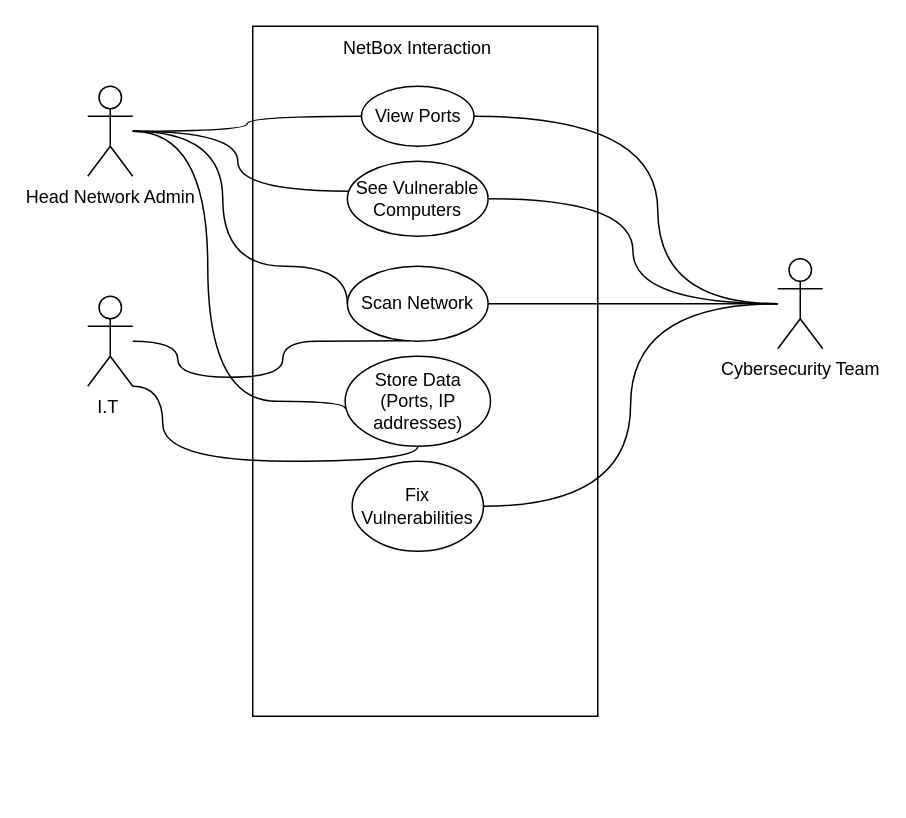
Before: UseCaseDiagram.drawio in illusion173/NetBox, a draw.io diagram. Source tidied: cells renumbered, new cells numbered last; positions are measured from the earlier drawing's top-left corner, leaving out a move shared by most shapes. Both pictures are drawn from the tidied source at 150%, with x=0, y=0 at pixel (87, 26).
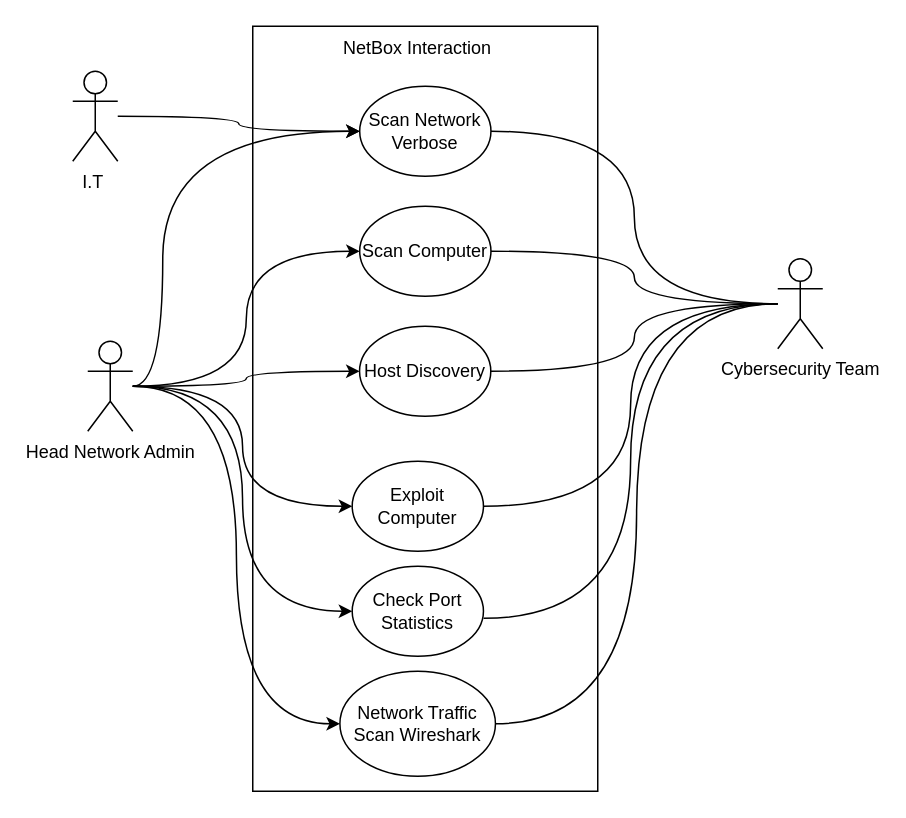
The same diagram, later.

Unchanged cells that the change refers to:
```xml
<mxCell id="20" value="Cybersecurity Team" style="shape=umlActor;verticalLabelPosition=bottom;verticalAlign=top;html=1;outlineConnect=0;" parent="1" vertex="1">
  <mxGeometry x="460" y="155" width="30" height="60" as="geometry" />
</mxCell>
```

Diff of the diagram source:
```diff
@@
-    <mxCell id="2" value="Head Network Admin" style="shape=umlActor;verticalLabelPosition=bottom;verticalAlign=top;html=1;outlineConnect=0;" parent="1" vertex="1">
-      <mxGeometry y="40" width="30" height="60" as="geometry" />
+    <mxCell id="2" value="Head Network Admin" style="shape=umlActor;verticalLabelPosition=bottom;verticalAlign=top;html=1;outlineConnect=0;strokeColor=default;" parent="1" vertex="1">
+      <mxGeometry y="210" width="30" height="60" as="geometry" />
     </mxCell>
+    <mxCell id="4" style="rounded=0;whiteSpace=wrap;html=1;" parent="1" vertex="1">
+      <mxGeometry x="110" width="230" height="510" as="geometry" />
+    </mxCell>
     <mxCell id="3" value="I.T&amp;nbsp;" style="shape=umlActor;verticalLabelPosition=bottom;verticalAlign=top;html=1;outlineConnect=0;" parent="1" vertex="1">
-      <mxGeometry y="180" width="30" height="60" as="geometry" />
+      <mxGeometry x="-10" y="30" width="30" height="60" as="geometry" />
     </mxCell>
-    <mxCell id="4" style="rounded=0;whiteSpace=wrap;html=1;" parent="1" vertex="1">
-      <mxGeometry x="110" width="230" height="460" as="geometry" />
-    </mxCell>
@@
-    <mxCell id="6" value="View Ports" style="ellipse;whiteSpace=wrap;html=1;" parent="1" vertex="1">
-      <mxGeometry x="182.5" y="40" width="75" height="40" as="geometry" />
-    </mxCell>
-    <mxCell id="7" value="See Vulnerable Computers" style="ellipse;whiteSpace=wrap;html=1;" parent="1" vertex="1">
-      <mxGeometry x="173.1" y="90" width="93.8" height="50" as="geometry" />
-    </mxCell>
-    <mxCell id="8" value="Scan Network" style="ellipse;whiteSpace=wrap;html=1;" parent="1" vertex="1">
-      <mxGeometry x="173.1" y="160" width="93.8" height="50" as="geometry" />
-    </mxCell>
-    <mxCell id="9" value="Store Data&lt;br&gt;(Ports, IP addresses)" style="ellipse;whiteSpace=wrap;html=1;" parent="1" vertex="1">
-      <mxGeometry x="171.6" y="220" width="96.9" height="60" as="geometry" />
-    </mxCell>
-    <mxCell id="10" style="edgeStyle=orthogonalEdgeStyle;jettySize=auto;html=1;endArrow=none;endFill=0;curved=1;" parent="1" edge="1" source="2" target="6">
-      <mxGeometry relative="1" as="geometry" />
-    </mxCell>
-    <mxCell id="11" style="edgeStyle=orthogonalEdgeStyle;jettySize=auto;html=1;endArrow=none;endFill=0;curved=1;" parent="1" edge="1" source="2" target="7">
-      <mxGeometry relative="1" as="geometry">
-        <Array as="points">
-          <mxPoint x="100" y="70" />
-          <mxPoint x="100" y="110" />
-        </Array>
-      </mxGeometry>
-    </mxCell>
-    <mxCell id="12" style="edgeStyle=orthogonalEdgeStyle;jettySize=auto;html=1;entryX=0;entryY=0.5;entryDx=0;entryDy=0;endArrow=none;endFill=0;curved=1;" parent="1" edge="1" source="2" target="8">
-      <mxGeometry relative="1" as="geometry">
-        <Array as="points">
-          <mxPoint x="90" y="70" />
-          <mxPoint x="90" y="160" />
-          <mxPoint x="173" y="160" />
-        </Array>
-      </mxGeometry>
-    </mxCell>
-    <mxCell id="13" style="edgeStyle=orthogonalEdgeStyle;jettySize=auto;html=1;entryX=0;entryY=0.581;entryDx=0;entryDy=0;entryPerimeter=0;endArrow=none;endFill=0;curved=1;" parent="1" edge="1" source="2" target="9">
-      <mxGeometry relative="1" as="geometry">
-        <Array as="points">
-          <mxPoint x="80" y="70" />
-          <mxPoint x="80" y="250" />
-          <mxPoint x="172" y="250" />
-        </Array>
-      </mxGeometry>
-    </mxCell>
-    <mxCell id="14" style="edgeStyle=orthogonalEdgeStyle;jettySize=auto;html=1;entryX=0.441;entryY=0.994;entryDx=0;entryDy=0;entryPerimeter=0;endArrow=none;endFill=0;curved=1;" parent="1" edge="1" source="3" target="8">
-      <mxGeometry relative="1" as="geometry">
-        <Array as="points">
-          <mxPoint x="60" y="210" />
-          <mxPoint x="60" y="234" />
-          <mxPoint x="130" y="234" />
-          <mxPoint x="130" y="210" />
-          <mxPoint x="175" y="210" />
-        </Array>
-      </mxGeometry>
-    </mxCell>
-    <mxCell id="15" style="edgeStyle=orthogonalEdgeStyle;jettySize=auto;html=1;endArrow=none;endFill=0;entryX=0.5;entryY=1;entryDx=0;entryDy=0;curved=1;exitX=1;exitY=1;exitDx=0;exitDy=0;exitPerimeter=0;" parent="1" edge="1" source="3" target="9">
-      <mxGeometry relative="1" as="geometry">
-        <Array as="points">
-          <mxPoint x="50" y="240" />
-          <mxPoint x="50" y="290" />
-          <mxPoint x="220" y="290" />
-        </Array>
-      </mxGeometry>
-    </mxCell>
-    <mxCell id="16" style="edgeStyle=orthogonalEdgeStyle;curved=1;jettySize=auto;html=1;entryX=1;entryY=0.5;entryDx=0;entryDy=0;endArrow=none;endFill=0;" parent="1" edge="1" source="20" target="21">
-      <mxGeometry relative="1" as="geometry" />
-    </mxCell>
-    <mxCell id="17" style="edgeStyle=orthogonalEdgeStyle;curved=1;jettySize=auto;html=1;entryX=1;entryY=0.5;entryDx=0;entryDy=0;endArrow=none;endFill=0;" parent="1" edge="1" source="20" target="7">
-      <mxGeometry relative="1" as="geometry" />
-    </mxCell>
-    <mxCell id="18" style="edgeStyle=orthogonalEdgeStyle;curved=1;jettySize=auto;html=1;entryX=1;entryY=0.5;entryDx=0;entryDy=0;endArrow=none;endFill=0;" parent="1" edge="1" source="20" target="8">
-      <mxGeometry relative="1" as="geometry" />
-    </mxCell>
-    <mxCell id="19" style="edgeStyle=orthogonalEdgeStyle;curved=1;jettySize=auto;html=1;entryX=1;entryY=0.5;entryDx=0;entryDy=0;endArrow=none;endFill=0;" parent="1" edge="1" source="20" target="6">
-      <mxGeometry relative="1" as="geometry">
-        <Array as="points">
-          <mxPoint x="380" y="185" />
-          <mxPoint x="380" y="60" />
-        </Array>
-      </mxGeometry>
-    </mxCell>
+    <mxCell id="22" style="edgeStyle=orthogonalEdgeStyle;curved=1;rounded=0;jettySize=auto;html=1;entryX=1;entryY=0.5;entryDx=0;entryDy=0;endArrow=none;endFill=0;" parent="1" edge="1" source="20" target="28">
+      <mxGeometry relative="1" as="geometry" />
+    </mxCell>
+    <mxCell id="23" style="edgeStyle=orthogonalEdgeStyle;curved=1;rounded=0;jettySize=auto;html=1;endArrow=none;endFill=0;" parent="1" edge="1" source="20" target="30">
+      <mxGeometry relative="1" as="geometry" />
+    </mxCell>
+    <mxCell id="24" style="edgeStyle=orthogonalEdgeStyle;curved=1;rounded=0;jettySize=auto;html=1;endArrow=none;endFill=0;" parent="1" edge="1" source="20" target="29">
+      <mxGeometry relative="1" as="geometry" />
+    </mxCell>
+    <mxCell id="25" style="edgeStyle=orthogonalEdgeStyle;curved=1;rounded=0;jettySize=auto;html=1;entryX=1;entryY=0.5;entryDx=0;entryDy=0;endArrow=none;endFill=0;" parent="1" edge="1" source="20" target="31">
+      <mxGeometry relative="1" as="geometry" />
+    </mxCell>
+    <mxCell id="26" style="edgeStyle=orthogonalEdgeStyle;curved=1;rounded=0;jettySize=auto;html=1;entryX=1.001;entryY=0.579;entryDx=0;entryDy=0;entryPerimeter=0;endArrow=none;endFill=0;" parent="1" edge="1" source="20" target="32">
+      <mxGeometry relative="1" as="geometry" />
+    </mxCell>
+    <mxCell id="27" style="edgeStyle=orthogonalEdgeStyle;curved=1;rounded=0;jettySize=auto;html=1;entryX=1;entryY=0.5;entryDx=0;entryDy=0;endArrow=none;endFill=0;" parent="1" edge="1" source="20" target="33">
+      <mxGeometry relative="1" as="geometry" />
+    </mxCell>
@@
-    <mxCell id="21" value="Fix Vulnerabilities" style="ellipse;whiteSpace=wrap;html=1;" parent="1" vertex="1">
-      <mxGeometry x="176.3" y="290" width="87.5" height="60" as="geometry" />
-    </mxCell>
+    <mxCell id="28" value="&lt;div&gt;Scan Network&lt;/div&gt;&lt;div&gt;Verbose&lt;br&gt;&lt;/div&gt;" style="ellipse;whiteSpace=wrap;html=1;" parent="1" vertex="1">
+      <mxGeometry x="181.3" y="40" width="87.5" height="60" as="geometry" />
+    </mxCell>
+    <mxCell id="29" value="Host Discovery" style="ellipse;whiteSpace=wrap;html=1;" parent="1" vertex="1">
+      <mxGeometry x="181.2" y="200" width="87.5" height="60" as="geometry" />
+    </mxCell>
+    <mxCell id="30" value="Scan Computer" style="ellipse;whiteSpace=wrap;html=1;" parent="1" vertex="1">
+      <mxGeometry x="181.3" y="120" width="87.5" height="60" as="geometry" />
+    </mxCell>
+    <mxCell id="31" value="Exploit Computer " style="ellipse;whiteSpace=wrap;html=1;" parent="1" vertex="1">
+      <mxGeometry x="176.3" y="290" width="87.5" height="60" as="geometry" />
+    </mxCell>
+    <mxCell id="32" value="Check Port Statistics" style="ellipse;whiteSpace=wrap;html=1;" parent="1" vertex="1">
+      <mxGeometry x="176.3" y="360" width="87.5" height="60" as="geometry" />
+    </mxCell>
+    <mxCell id="33" value="Network Traffic Scan Wireshark" style="ellipse;whiteSpace=wrap;html=1;" parent="1" vertex="1">
+      <mxGeometry x="168.1" y="430" width="103.7" height="70" as="geometry" />
+    </mxCell>
+    <mxCell id="34" style="edgeStyle=orthogonalEdgeStyle;rounded=0;jettySize=auto;html=1;curved=1;" parent="1" edge="1" source="2" target="28">
+      <mxGeometry relative="1" as="geometry">
+        <Array as="points">
+          <mxPoint x="50" y="240" />
+          <mxPoint x="50" y="70" />
+        </Array>
+      </mxGeometry>
+    </mxCell>
+    <mxCell id="35" style="edgeStyle=orthogonalEdgeStyle;curved=1;rounded=0;jettySize=auto;html=1;entryX=0;entryY=0.5;entryDx=0;entryDy=0;" parent="1" edge="1" source="2" target="30">
+      <mxGeometry relative="1" as="geometry" />
+    </mxCell>
+    <mxCell id="36" style="edgeStyle=orthogonalEdgeStyle;curved=1;rounded=0;jettySize=auto;html=1;entryX=0;entryY=0.5;entryDx=0;entryDy=0;" parent="1" edge="1" source="2" target="29">
+      <mxGeometry relative="1" as="geometry" />
+    </mxCell>
+    <mxCell id="37" style="edgeStyle=orthogonalEdgeStyle;curved=1;rounded=0;jettySize=auto;html=1;entryX=0;entryY=0.5;entryDx=0;entryDy=0;" parent="1" edge="1" source="2" target="31">
+      <mxGeometry relative="1" as="geometry" />
+    </mxCell>
+    <mxCell id="38" style="edgeStyle=orthogonalEdgeStyle;curved=1;rounded=0;jettySize=auto;html=1;entryX=0;entryY=0.5;entryDx=0;entryDy=0;" parent="1" edge="1" source="2" target="32">
+      <mxGeometry relative="1" as="geometry" />
+    </mxCell>
+    <mxCell id="39" style="edgeStyle=orthogonalEdgeStyle;curved=1;rounded=0;jettySize=auto;html=1;entryX=0;entryY=0.5;entryDx=0;entryDy=0;" parent="1" edge="1" source="2" target="33">
+      <mxGeometry relative="1" as="geometry" />
+    </mxCell>
+    <mxCell id="40" style="edgeStyle=orthogonalEdgeStyle;rounded=0;jettySize=auto;html=1;entryX=0;entryY=0.5;entryDx=0;entryDy=0;curved=1;" parent="1" edge="1" source="3" target="28">
+      <mxGeometry relative="1" as="geometry" />
+    </mxCell>
```
